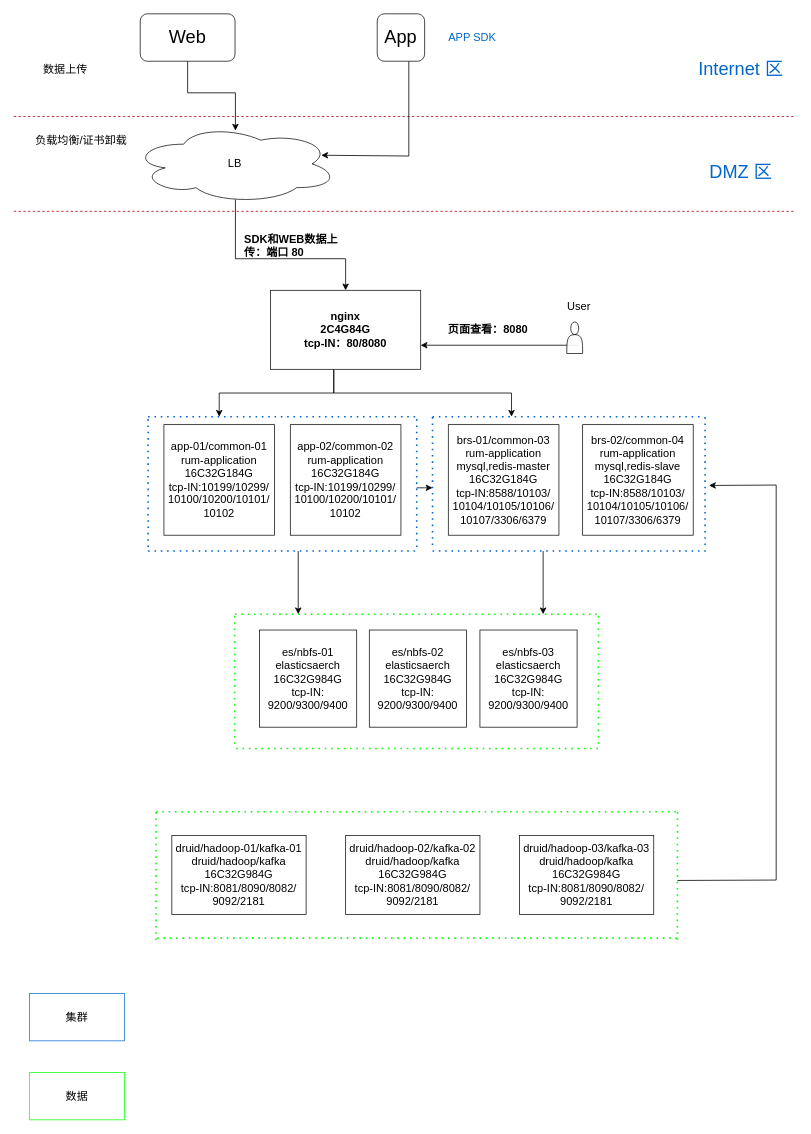
This is 通用平台上线.drawio from zeng0550/free-programming-books, a draw.io file, before an edit. Source tidied: cells renumbered, new cells numbered last; positions are measured from the earlier drawing's top-left corner, leaving out a move shared by most shapes. Both pictures are drawn from the tidied source at 79%, with x=0, y=0 at pixel (13, 13).
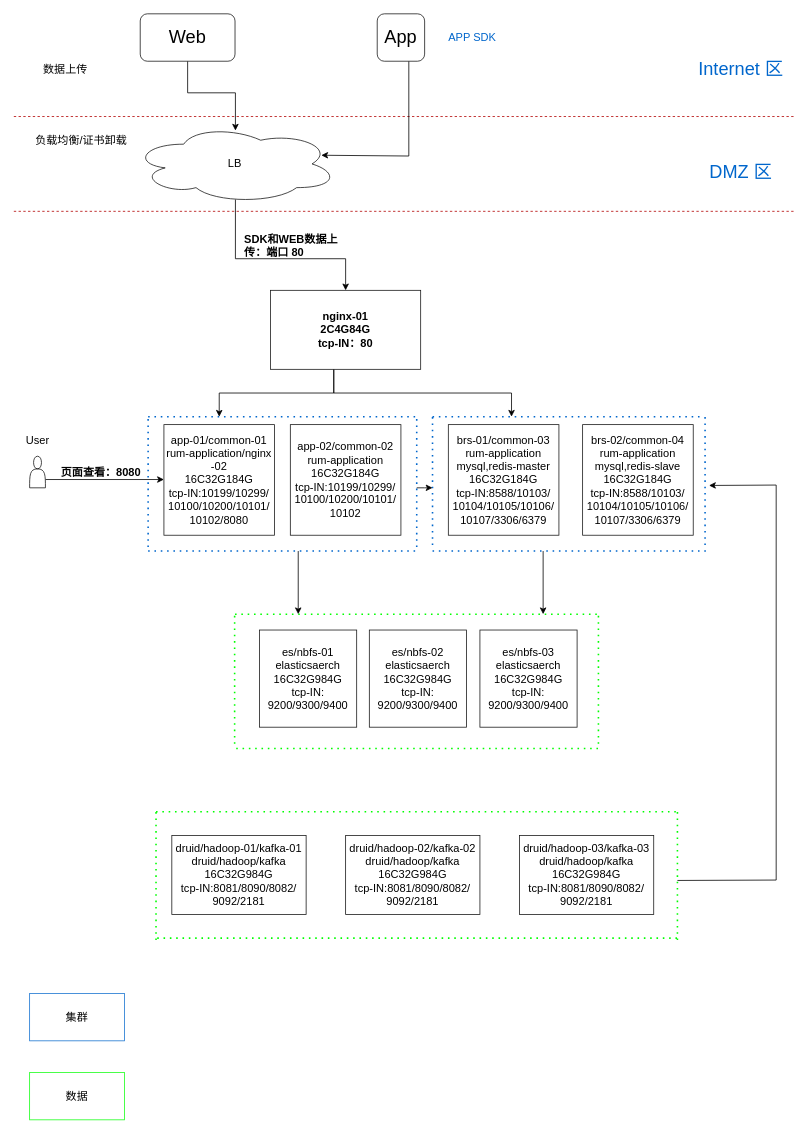
After the change.

Commit message:
宁波银行-基调听云生产架构.drawio

What changed in the source:
```diff
@@
-    <mxCell id="17" value="&lt;b&gt;&lt;font color=&quot;#000000&quot;&gt;nginx&lt;br&gt;2C4G84G&lt;br&gt;tcp-IN：80/8080&lt;/font&gt;&lt;/b&gt;" style="rounded=0;whiteSpace=wrap;html=1;fontSize=14;fontColor=#0066CC;strokeWidth=1;opacity=90;" parent="1" vertex="1">
+    <mxCell id="17" value="&lt;b&gt;&lt;font color=&quot;#000000&quot;&gt;nginx-01&lt;br&gt;2C4G84G&lt;br&gt;tcp-IN：80&lt;/font&gt;&lt;/b&gt;" style="rounded=0;whiteSpace=wrap;html=1;fontSize=14;fontColor=#0066CC;strokeWidth=1;opacity=90;" parent="1" vertex="1">
       <mxGeometry x="325" y="350" width="190" height="100" as="geometry" />
     </mxCell>
     <mxCell id="18" value="User" style="text;html=1;align=center;verticalAlign=middle;strokeColor=none;fillColor=none;fontSize=14;" parent="1" vertex="1">
-      <mxGeometry x="690" y="360" width="50" height="20" as="geometry" />
+      <mxGeometry x="5" y="530" width="50" height="20" as="geometry" />
     </mxCell>
     <mxCell id="19" style="edgeStyle=orthogonalEdgeStyle;rounded=0;orthogonalLoop=1;jettySize=auto;html=1;fontSize=14;fontColor=#0066CC;" parent="1" edge="1">
       <mxGeometry relative="1" as="geometry">
-        <mxPoint x="715" y="419.5" as="sourcePoint" />
-        <mxPoint x="515" y="419.5" as="targetPoint" />
+        <mxPoint x="40" y="590" as="sourcePoint" />
+        <mxPoint x="190" y="589.5" as="targetPoint" />
         <Array as="points">
-          <mxPoint x="515" y="419.5" />
+          <mxPoint x="190" y="589.5" />
         </Array>
       </mxGeometry>
     </mxCell>
     <mxCell id="20" style="shape=actor;whiteSpace=wrap;html=1;fontSize=14;fontColor=#0066CC;strokeWidth=1;opacity=90;" parent="1" vertex="1">
-      <mxGeometry x="700" y="390" width="20" height="40" as="geometry" />
+      <mxGeometry x="20" y="560" width="20" height="40" as="geometry" />
     </mxCell>
     <mxCell id="21" value="&lt;b&gt;页面查看：8080&lt;/b&gt;" style="text;html=1;align=center;verticalAlign=middle;strokeColor=none;fillColor=none;fontSize=14;" parent="1" vertex="1">
-      <mxGeometry x="540" y="390" width="120" height="20" as="geometry" />
+      <mxGeometry x="50" y="570" width="120" height="20" as="geometry" />
     </mxCell>
@@
-    <mxCell id="23" value="app-01/common-01&lt;br&gt;rum-application&lt;br&gt;16C32G184G&lt;br&gt;tcp-IN:10199/10299/&lt;br&gt;10100/10200/10101/&lt;br&gt;10102" style="whiteSpace=wrap;html=1;fontSize=14;fontColor=#000000;strokeWidth=1;opacity=90;" parent="1" vertex="1">
+    <mxCell id="23" value="app-01/common-01&lt;br&gt;rum-application/nginx&lt;br&gt;-02&lt;br&gt;16C32G184G&lt;br&gt;tcp-IN:10199/10299/&lt;br&gt;10100/10200/10101/&lt;br&gt;10102/8080" style="whiteSpace=wrap;html=1;fontSize=14;fontColor=#000000;strokeWidth=1;opacity=90;" parent="1" vertex="1">
       <mxGeometry x="190" y="520" width="140" height="140" as="geometry" />
     </mxCell>
```
